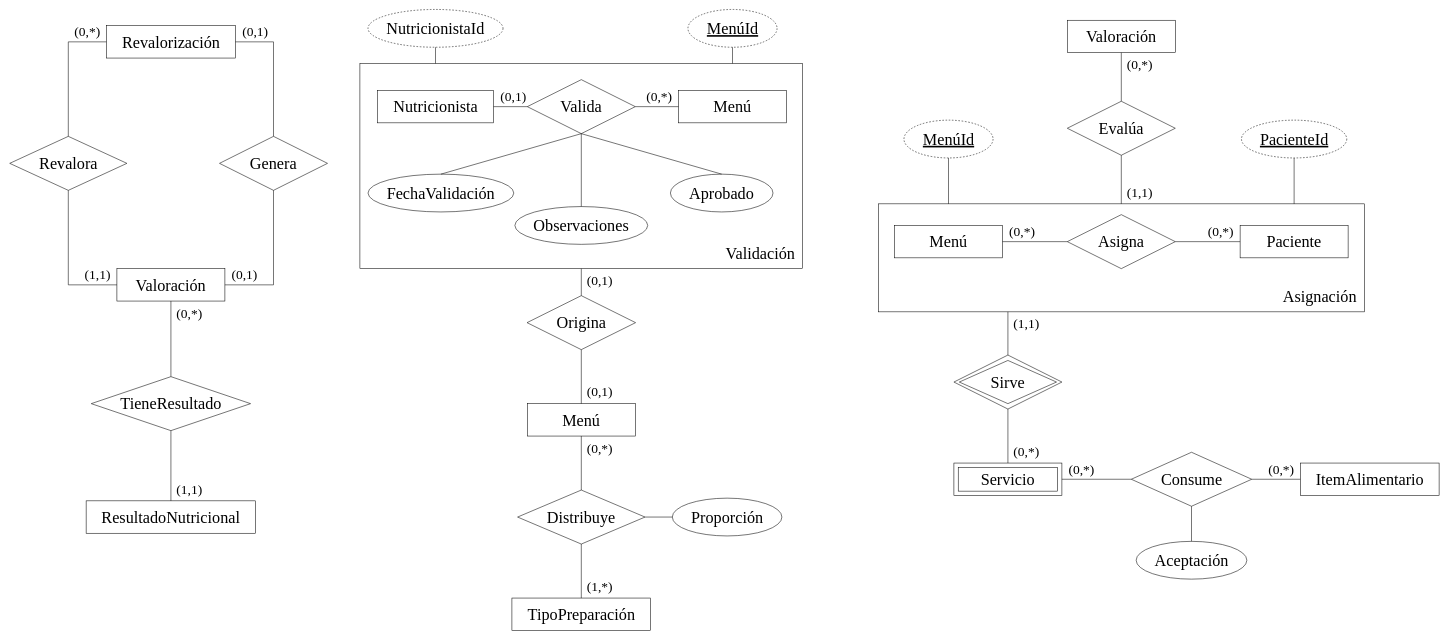
Above: page "Relaciones-3" (4 of 4) of docs/MERX consolidado/MERXInforme.drawio in Team-Bales/Menus-Nutricionales (draw.io), before the change. Source tidied: cells renumbered, new cells numbered last; positions are measured from the earlier drawing's top-left corner, leaving out a move shared by most shapes. Both pictures are drawn from the tidied source at 54%, with x=0, y=0 at pixel (10, 9).
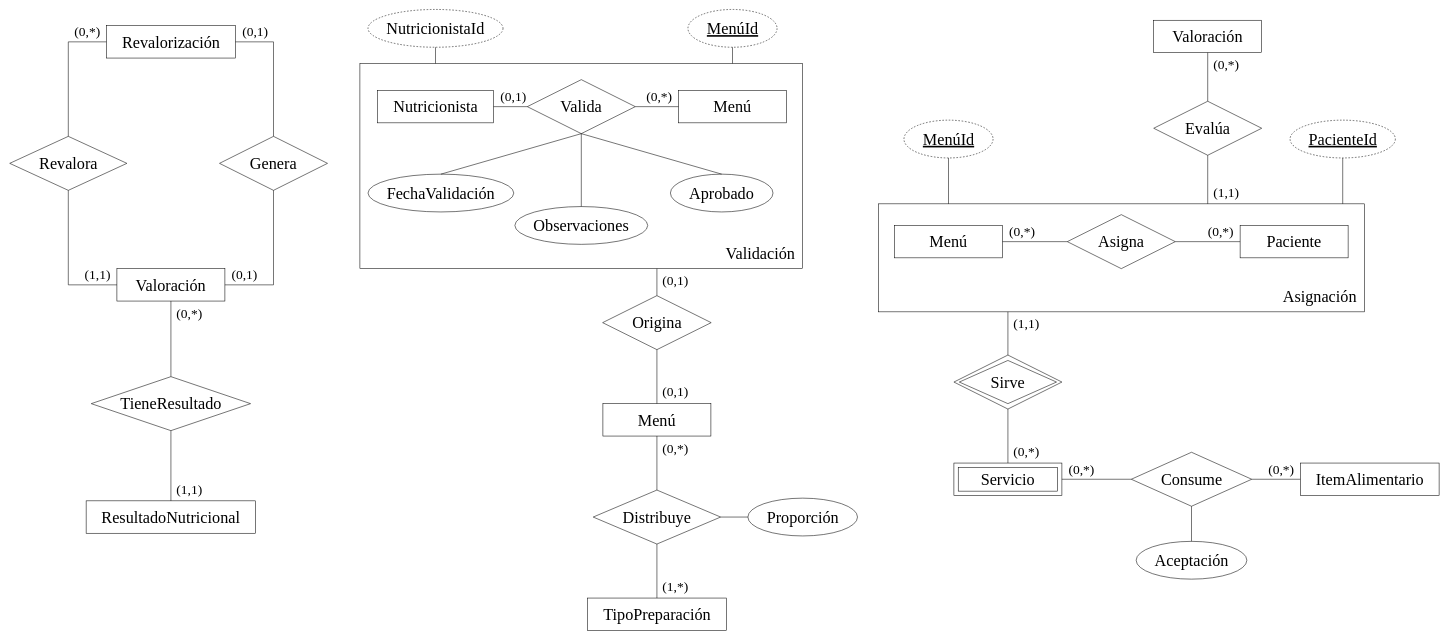
Above is the later version.

Commit message (it also covers changes not shown here):
docs(merx): evitar dos lecturas ambiguas en la lámina 4

- Evalúa llegaba al borde de la agregación Asignación justo encima del
  vértice del rombo Asigna, y se podía leer como una unión entre los dos
  rombos (el tipo de ambigüedad de P2-6). Ahora llega entre Asigna y
  Paciente.
- Origina salía de Validación alineada con la línea de Valida a
  Observaciones, y las dos parecían una sola. Ahora sale más a la derecha.

Las cardinalidades y los nombres no cambian. Se comprobó de nuevo: dos
agregaciones y 29 relaciones con nombre único.

Unchanged cells that the change refers to:
```xml
<mxCell id="14" value="Validación" style="rounded=0;whiteSpace=wrap;html=1;fillColor=none;verticalAlign=bottom;spacingBottom=8;spacingTop=8;spacingLeft=12;spacingRight=12;fontFamily=Times New Roman;fontSize=30;align=right;" parent="1" vertex="1">
  <mxGeometry x="648" y="100" width="820" height="380" as="geometry" />
</mxCell>
<mxCell id="43" value="Asignación" style="rounded=0;whiteSpace=wrap;html=1;fillColor=none;verticalAlign=bottom;spacingBottom=8;spacingTop=8;spacingLeft=12;spacingRight=12;fontFamily=Times New Roman;fontSize=30;align=right;" parent="1" vertex="1">
  <mxGeometry x="1608" y="360" width="900" height="200" as="geometry" />
</mxCell>
```

Diff of the diagram source:
```diff
@@
     <mxCell id="30" value="Origina" style="shape=rhombus;perimeter=rhombusPerimeter;whiteSpace=wrap;html=1;align=center;fontFamily=Times New Roman;fontSize=30;" parent="1" vertex="1">
-      <mxGeometry x="957.5" y="530" width="201" height="100" as="geometry" />
+      <mxGeometry x="1097.5" y="530" width="201" height="100" as="geometry" />
     </mxCell>
-    <mxCell id="31" value="(0,1)" style="endArrow=none;html=1;rounded=0;fontFamily=Times New Roman;fontSize=25;labelBackgroundColor=none;exitX=0.5;exitY=1;exitDx=0;exitDy=0;entryX=0.5;entryY=0;entryDx=0;entryDy=0;" parent="1" edge="1" source="14" target="30">
+    <mxCell id="31" value="(0,1)" style="endArrow=none;html=1;rounded=0;fontFamily=Times New Roman;fontSize=25;labelBackgroundColor=none;exitX=0.6707317073170732;exitY=1;exitDx=0;exitDy=0;entryX=0.5;entryY=0;entryDx=0;entryDy=0;" parent="1" edge="1" source="14" target="30">
       <mxGeometry x="-1" relative="1" as="geometry">
         <mxPoint x="34" y="22" as="offset" />
       </mxGeometry>
     </mxCell>
     <mxCell id="32" value="Menú" style="whiteSpace=wrap;html=1;align=center;fontFamily=Times New Roman;fontSize=30;" parent="1" vertex="1">
-      <mxGeometry x="958" y="730" width="200" height="60" as="geometry" />
+      <mxGeometry x="1098" y="730" width="200" height="60" as="geometry" />
     </mxCell>
@@
     <mxCell id="34" value="Distribuye" style="shape=rhombus;perimeter=rhombusPerimeter;whiteSpace=wrap;html=1;align=center;fontFamily=Times New Roman;fontSize=30;" parent="1" vertex="1">
-      <mxGeometry x="940" y="890" width="236" height="100" as="geometry" />
+      <mxGeometry x="1080" y="890" width="236" height="100" as="geometry" />
     </mxCell>
@@
     <mxCell id="36" value="Proporción" style="ellipse;whiteSpace=wrap;html=1;align=center;fontFamily=Times New Roman;fontSize=30;" parent="1" vertex="1">
-      <mxGeometry x="1226.5" y="905" width="203" height="70" as="geometry" />
+      <mxGeometry x="1366.5" y="905" width="203" height="70" as="geometry" />
     </mxCell>
@@
     <mxCell id="38" value="TipoPreparación" style="whiteSpace=wrap;html=1;align=center;fontFamily=Times New Roman;fontSize=30;" parent="1" vertex="1">
-      <mxGeometry x="929.5" y="1090" width="257" height="60" as="geometry" />
+      <mxGeometry x="1069.5" y="1090" width="257" height="60" as="geometry" />
     </mxCell>
@@
     <mxCell id="40" value="Valoración" style="whiteSpace=wrap;html=1;align=center;fontFamily=Times New Roman;fontSize=30;" parent="1" vertex="1">
-      <mxGeometry x="1958" y="20" width="200" height="60" as="geometry" />
+      <mxGeometry x="2118" y="20" width="200" height="60" as="geometry" />
     </mxCell>
     <mxCell id="41" value="Evalúa" style="shape=rhombus;perimeter=rhombusPerimeter;whiteSpace=wrap;html=1;align=center;fontFamily=Times New Roman;fontSize=30;" parent="1" vertex="1">
-      <mxGeometry x="1958" y="170" width="200" height="100" as="geometry" />
+      <mxGeometry x="2118" y="170" width="200" height="100" as="geometry" />
     </mxCell>
@@
-    <mxCell id="44" value="(1,1)" style="endArrow=none;html=1;rounded=0;fontFamily=Times New Roman;fontSize=25;labelBackgroundColor=none;exitX=0.5;exitY=0;exitDx=0;exitDy=0;entryX=0.5;entryY=1;entryDx=0;entryDy=0;" parent="1" edge="1" source="43" target="41">
+    <mxCell id="44" value="(1,1)" style="endArrow=none;html=1;rounded=0;fontFamily=Times New Roman;fontSize=25;labelBackgroundColor=none;exitX=0.6777777777777778;exitY=0;exitDx=0;exitDy=0;entryX=0.5;entryY=1;entryDx=0;entryDy=0;" parent="1" edge="1" source="43" target="41">
       <mxGeometry x="-1" relative="1" as="geometry">
         <mxPoint x="34" y="-22" as="offset" />
       </mxGeometry>
     </mxCell>
@@
     <mxCell id="52" value="PacienteId" style="ellipse;whiteSpace=wrap;html=1;align=center;fontFamily=Times New Roman;fontSize=30;fontStyle=4;dashed=1;" parent="1" vertex="1">
-      <mxGeometry x="2280.5" y="205" width="195" height="70" as="geometry" />
+      <mxGeometry x="2370.5" y="205" width="195" height="70" as="geometry" />
     </mxCell>
-    <mxCell id="53" style="endArrow=none;html=1;rounded=0;fontFamily=Times New Roman;fontSize=25;labelBackgroundColor=none;exitX=0.8555555555555555;exitY=0;exitDx=0;exitDy=0;entryX=0.5;entryY=1;entryDx=0;entryDy=0;" parent="1" edge="1" source="43" target="52">
+    <mxCell id="53" style="endArrow=none;html=1;rounded=0;fontFamily=Times New Roman;fontSize=25;labelBackgroundColor=none;exitX=0.9555555555555556;exitY=0;exitDx=0;exitDy=0;entryX=0.5;entryY=1;entryDx=0;entryDy=0;" parent="1" edge="1" source="43" target="52">
       <mxGeometry relative="1" as="geometry" />
     </mxCell>
```
